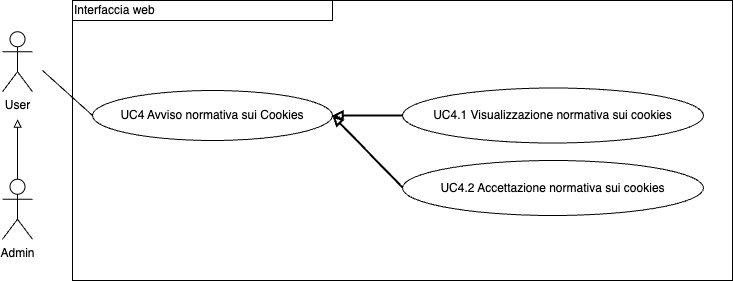
Earlier version of the draw.io export imgs/Uml/UC4.png (ShameIRL/farmacode). Source tidied: cells renumbered, new cells last; positions are measured from the earlier drawing's top-left corner, leaving out a move shared by most shapes.
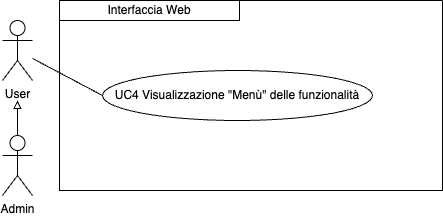
The same file after the commit.

The edit, as a diff of the source:
```diff
@@ -3,43 +3,27 @@
     <mxCell id="0" />
     <mxCell id="1" parent="0" />
     <mxCell id="2" value="User" style="shape=umlActor;verticalLabelPosition=bottom;verticalAlign=top;html=1;outlineConnect=0;" parent="1" vertex="1">
-      <mxGeometry y="31.2" width="30" height="60" as="geometry" />
+      <mxGeometry x="50" y="70" width="30" height="60" as="geometry" />
     </mxCell>
-    <mxCell id="3" value="UC4 Avviso normativa sui Cookies" style="ellipse;whiteSpace=wrap;html=1;" parent="1" vertex="1">
-      <mxGeometry x="90" y="90" width="240" height="50" as="geometry" />
-    </mxCell>
-    <mxCell id="4" style="endArrow=none;html=1;rounded=0;entryX=0;entryY=0.5;entryDx=0;entryDy=0;" parent="1" edge="1" target="3">
-      <mxGeometry relative="1" as="geometry">
-        <mxPoint x="40" y="70" as="sourcePoint" />
-      </mxGeometry>
-    </mxCell>
-    <mxCell id="5" style="edgeStyle=orthogonalEdgeStyle;rounded=0;jettySize=auto;html=1;exitX=0.5;exitY=0;exitDx=0;exitDy=0;exitPerimeter=0;endArrow=block;endFill=0;" parent="1" edge="1" source="6">
-      <mxGeometry relative="1" as="geometry">
-        <mxPoint x="15" y="118.8" as="targetPoint" />
-      </mxGeometry>
-    </mxCell>
+    <mxCell id="13" style="swimlane;startSize=0;" parent="1" vertex="1">
+      <mxGeometry x="107" y="50" width="383" height="190" as="geometry" />
+    </mxCell>
+    <mxCell id="14" value="UC4 Visualizzazione &quot;Menù&quot; delle funzionalità" style="ellipse;whiteSpace=wrap;html=1;" parent="13" vertex="1">
+      <mxGeometry x="43" y="70" width="270" height="50" as="geometry" />
+    </mxCell>
+    <mxCell id="15" value="Interfaccia Web" style="rounded=0;whiteSpace=wrap;html=1;" parent="13" vertex="1">
+      <mxGeometry width="180" height="20" as="geometry" />
+    </mxCell>
+    <mxCell id="16" style="edgeStyle=orthogonalEdgeStyle;rounded=0;jettySize=auto;html=1;exitX=0.5;exitY=0;exitDx=0;exitDy=0;exitPerimeter=0;endArrow=block;endFill=0;" parent="1" edge="1" source="6">
+      <mxGeometry relative="1" as="geometry">
+        <mxPoint x="65" y="150" as="targetPoint" />
+      </mxGeometry>
+    </mxCell>
     <mxCell id="6" value="Admin" style="shape=umlActor;verticalLabelPosition=bottom;verticalAlign=top;html=1;outlineConnect=0;" parent="1" vertex="1">
-      <mxGeometry y="178.8" width="30" height="60" as="geometry" />
+      <mxGeometry x="50" y="185" width="30" height="60" as="geometry" />
     </mxCell>
-    <mxCell id="7" value="&lt;div style=&quot;&quot;&gt;&lt;span style=&quot;background-color: initial;&quot;&gt;Interfaccia web&lt;/span&gt;&lt;/div&gt;" style="rounded=0;whiteSpace=wrap;html=1;fillColor=none;align=left;" parent="1" vertex="1">
-      <mxGeometry x="70" width="260" height="20" as="geometry" />
-    </mxCell>
-    <mxCell id="8" value="UC4.1 Visualizzazione&amp;nbsp;normativa sui cookies" style="ellipse;whiteSpace=wrap;html=1;" parent="1" vertex="1">
-      <mxGeometry x="400" y="87.5" width="301" height="55" as="geometry" />
-    </mxCell>
-    <mxCell id="9" style="endArrow=block;html=1;strokeWidth=2;rounded=0;exitX=0;exitY=0.5;exitDx=0;exitDy=0;startArrow=none;startFill=0;endFill=0;entryX=1;entryY=0.5;entryDx=0;entryDy=0;" parent="1" edge="1" source="8" target="3">
-      <mxGeometry relative="1" as="geometry" />
-    </mxCell>
-    <mxCell id="10" value="UC4.2 Accettazione normativa sui cookies" style="ellipse;whiteSpace=wrap;html=1;" parent="1" vertex="1">
-      <mxGeometry x="400" y="160" width="301" height="55" as="geometry" />
-    </mxCell>
-    <mxCell id="11" style="endArrow=block;html=1;strokeWidth=2;rounded=0;exitX=0;exitY=0.5;exitDx=0;exitDy=0;startArrow=none;startFill=0;endFill=0;entryX=1;entryY=0.5;entryDx=0;entryDy=0;" parent="1" edge="1" target="3">
-      <mxGeometry relative="1" as="geometry">
-        <mxPoint x="400" y="187" as="sourcePoint" />
-      </mxGeometry>
-    </mxCell>
-    <mxCell id="12" style="rounded=0;whiteSpace=wrap;html=1;fillColor=none;" parent="1" vertex="1">
-      <mxGeometry x="70" width="660" height="280" as="geometry" />
-    </mxCell>
+    <mxCell id="17" style="endArrow=none;html=1;rounded=0;entryX=0;entryY=0.5;entryDx=0;entryDy=0;" parent="1" edge="1" source="2" target="14">
+      <mxGeometry relative="1" as="geometry" />
+    </mxCell>
   </root>
 </mxGraphModel>
```
